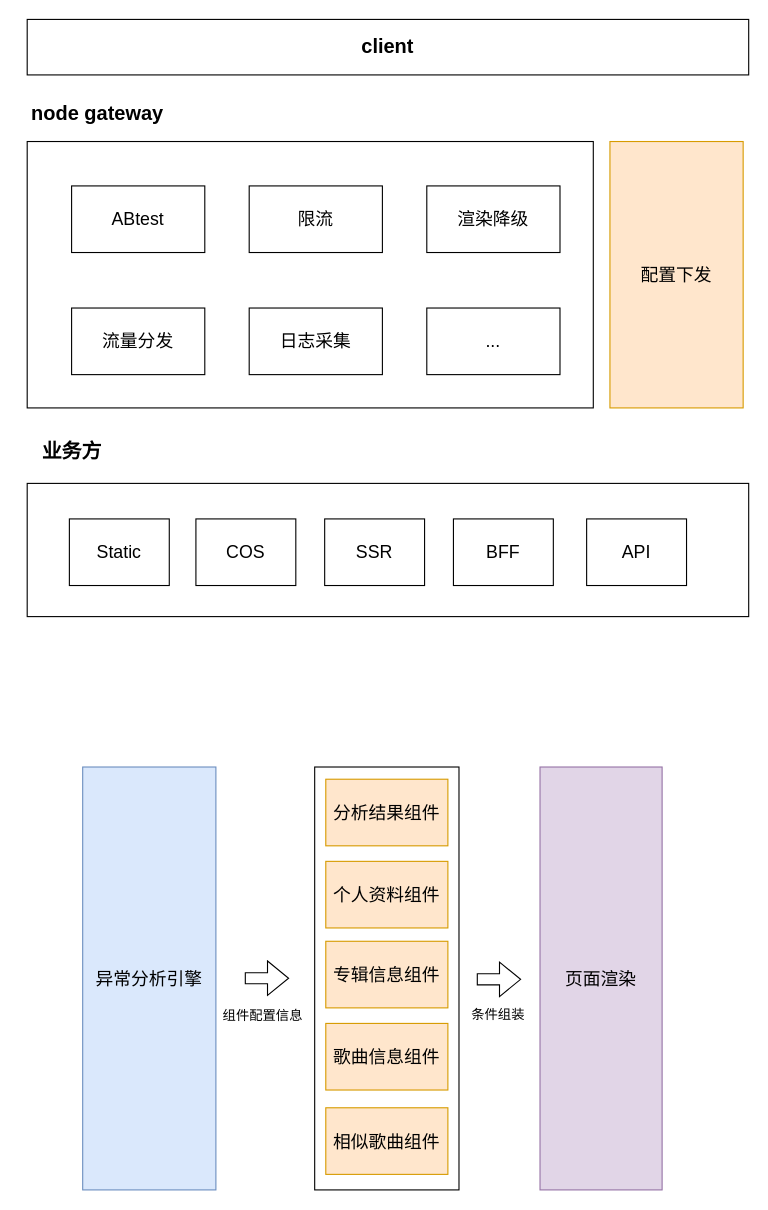
Earlier version of the draw.io diagram page "MNG" (15 of 15) of static/ppt.drawio (maoliang2271/bigpipe-demo). Source tidied: cells renumbered, new cells numbered last; positions are measured from the earlier drawing's top-left corner, leaving out a move shared by most shapes. Both pictures are drawn from the tidied source at 111%, with x=0, y=0 at pixel (19, 19).
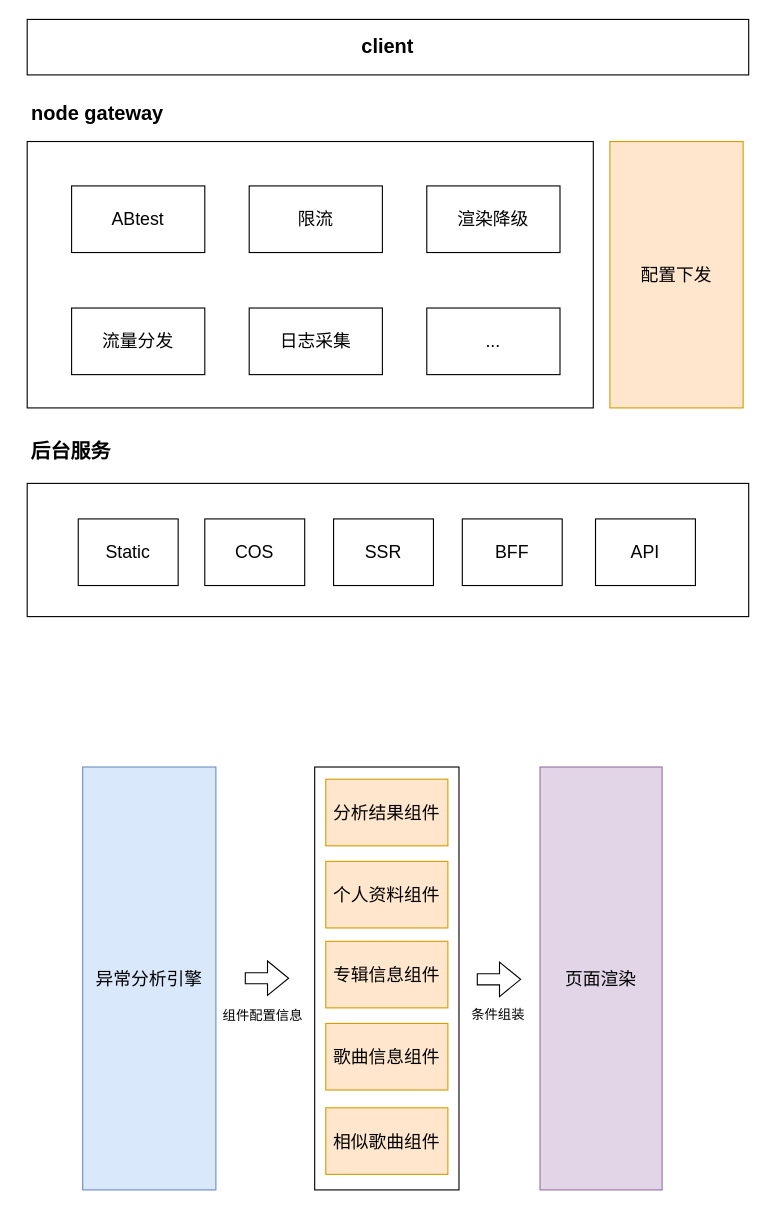
The same diagram, later.

Change to the diagram source:
```diff
@@
-    <mxCell id="12" value="&lt;span style=&quot;font-size: 18px;&quot;&gt;&lt;b&gt;业务方&lt;/b&gt;&lt;/span&gt;" style="text;html=1;align=center;verticalAlign=middle;strokeColor=none;fillColor=none;" parent="1" vertex="1">
-      <mxGeometry x="7" y="370" width="80" height="40" as="geometry" />
+    <mxCell id="12" value="&lt;span style=&quot;font-size: 18px;&quot;&gt;&lt;b&gt;后台服务&lt;/b&gt;&lt;/span&gt;" style="text;html=1;align=center;verticalAlign=middle;strokeColor=none;fillColor=none;" parent="1" vertex="1">
+      <mxGeometry x="1" y="373" width="90" height="34" as="geometry" />
     </mxCell>
@@
     <mxCell id="14" value="COS" style="whiteSpace=wrap;html=1;fontSize=16;" parent="1" vertex="1">
-      <mxGeometry x="159" y="450" width="90" height="60" as="geometry" />
+      <mxGeometry x="167" y="450" width="90" height="60" as="geometry" />
     </mxCell>
     <mxCell id="15" value="SSR" style="whiteSpace=wrap;html=1;fontSize=16;" parent="1" vertex="1">
-      <mxGeometry x="275" y="450" width="90" height="60" as="geometry" />
+      <mxGeometry x="283" y="450" width="90" height="60" as="geometry" />
     </mxCell>
     <mxCell id="16" value="BFF" style="whiteSpace=wrap;html=1;fontSize=16;" parent="1" vertex="1">
-      <mxGeometry x="391" y="450" width="90" height="60" as="geometry" />
+      <mxGeometry x="399" y="450" width="90" height="60" as="geometry" />
     </mxCell>
     <mxCell id="17" value="API" style="whiteSpace=wrap;html=1;fontSize=16;" parent="1" vertex="1">
-      <mxGeometry x="511" y="450" width="90" height="60" as="geometry" />
+      <mxGeometry x="519" y="450" width="90" height="60" as="geometry" />
     </mxCell>
@@
     <mxCell id="19" value="Static" style="whiteSpace=wrap;html=1;fontSize=16;" parent="1" vertex="1">
-      <mxGeometry x="45" y="450" width="90" height="60" as="geometry" />
+      <mxGeometry x="53" y="450" width="90" height="60" as="geometry" />
     </mxCell>
```
